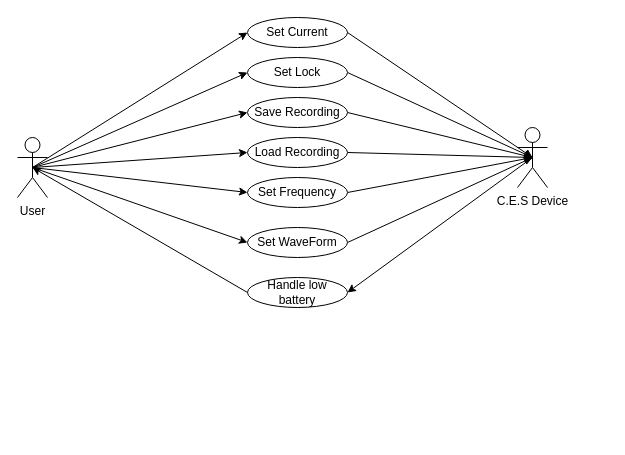
Earlier version of the draw.io diagram Documentation/use-case-diagram.drawio (willwright1213/CESSimulator). Source tidied: cells renumbered, new cells numbered last; positions are measured from the earlier drawing's top-left corner, leaving out a move shared by most shapes. Both pictures are drawn from the tidied source at 100%, with x=0, y=0 at pixel (17, 17).
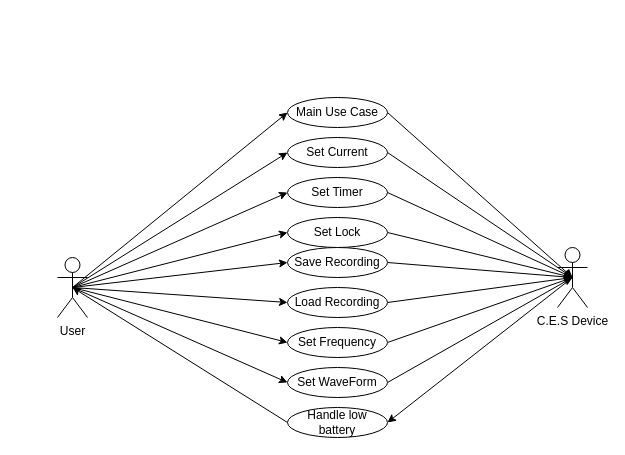
After the change.

What changed in the source:
```diff
@@
     <mxCell id="2" value="Set Current" style="ellipse;whiteSpace=wrap;html=1;" parent="1" vertex="1">
-      <mxGeometry x="230" width="100" height="30" as="geometry" />
+      <mxGeometry x="270" y="120" width="100" height="30" as="geometry" />
     </mxCell>
@@
     <mxCell id="4" value="C.E.S Device" style="shape=umlActor;verticalLabelPosition=bottom;verticalAlign=top;html=1;outlineConnect=0;" parent="1" vertex="1">
-      <mxGeometry x="500" y="110" width="30" height="60" as="geometry" />
+      <mxGeometry x="540" y="230" width="30" height="60" as="geometry" />
     </mxCell>
@@
     <mxCell id="12" value="User&lt;br&gt;" style="shape=umlActor;verticalLabelPosition=bottom;verticalAlign=top;html=1;outlineConnect=0;" parent="1" vertex="1">
-      <mxGeometry y="120" width="30" height="60" as="geometry" />
+      <mxGeometry x="40" y="240" width="30" height="60" as="geometry" />
     </mxCell>
@@
     <mxCell id="14" value="Set Lock" style="ellipse;whiteSpace=wrap;html=1;" parent="1" vertex="1">
-      <mxGeometry x="230" y="40" width="100" height="30" as="geometry" />
+      <mxGeometry x="270" y="200" width="100" height="30" as="geometry" />
     </mxCell>
@@
     <mxCell id="16" value="Save Recording" style="ellipse;whiteSpace=wrap;html=1;" parent="1" vertex="1">
-      <mxGeometry x="230" y="80" width="100" height="30" as="geometry" />
+      <mxGeometry x="270" y="230" width="100" height="30" as="geometry" />
     </mxCell>
@@
     <mxCell id="18" value="Load Recording" style="ellipse;whiteSpace=wrap;html=1;" parent="1" vertex="1">
-      <mxGeometry x="230" y="120" width="100" height="30" as="geometry" />
+      <mxGeometry x="270" y="270" width="100" height="30" as="geometry" />
     </mxCell>
@@
     <mxCell id="20" value="Set Frequency" style="ellipse;whiteSpace=wrap;html=1;" parent="1" vertex="1">
-      <mxGeometry x="230" y="160" width="100" height="30" as="geometry" />
+      <mxGeometry x="270" y="310" width="100" height="30" as="geometry" />
     </mxCell>
@@
     <mxCell id="22" value="Set WaveForm" style="ellipse;whiteSpace=wrap;html=1;" parent="1" vertex="1">
-      <mxGeometry x="230" y="210" width="100" height="30" as="geometry" />
+      <mxGeometry x="270" y="350" width="100" height="30" as="geometry" />
     </mxCell>
@@
     <mxCell id="24" value="Handle low battery" style="ellipse;whiteSpace=wrap;html=1;" parent="1" vertex="1">
-      <mxGeometry x="230" y="260" width="100" height="30" as="geometry" />
+      <mxGeometry x="270" y="390" width="100" height="30" as="geometry" />
     </mxCell>
+    <mxCell id="25" value="Set Timer" style="ellipse;whiteSpace=wrap;html=1;" parent="1" vertex="1">
+      <mxGeometry x="270" y="160" width="100" height="30" as="geometry" />
+    </mxCell>
+    <mxCell id="26" style="edgeStyle=none;rounded=0;jettySize=auto;html=1;exitX=0.5;exitY=0.5;exitDx=0;exitDy=0;exitPerimeter=0;entryX=0;entryY=0.5;entryDx=0;entryDy=0;" parent="1" edge="1" target="25">
+      <mxGeometry relative="1" as="geometry">
+        <mxPoint x="55" y="270" as="sourcePoint" />
+      </mxGeometry>
+    </mxCell>
+    <mxCell id="27" style="edgeStyle=none;rounded=0;jettySize=auto;html=1;exitX=1;exitY=0.5;exitDx=0;exitDy=0;entryX=0.5;entryY=0.5;entryDx=0;entryDy=0;entryPerimeter=0;" parent="1" edge="1" source="25">
+      <mxGeometry relative="1" as="geometry">
+        <mxPoint x="555" y="260" as="targetPoint" />
+      </mxGeometry>
+    </mxCell>
+    <mxCell id="28" value="Main Use Case" style="ellipse;whiteSpace=wrap;html=1;" parent="1" vertex="1">
+      <mxGeometry x="270" y="80" width="100" height="30" as="geometry" />
+    </mxCell>
+    <mxCell id="29" style="edgeStyle=none;rounded=0;jettySize=auto;html=1;exitX=0.5;exitY=0.5;exitDx=0;exitDy=0;exitPerimeter=0;entryX=0;entryY=0.5;entryDx=0;entryDy=0;" parent="1" edge="1" target="28">
+      <mxGeometry relative="1" as="geometry">
+        <mxPoint x="55" y="270" as="sourcePoint" />
+      </mxGeometry>
+    </mxCell>
+    <mxCell id="30" style="rounded=0;jettySize=auto;html=1;entryX=0.5;entryY=0.5;entryDx=0;entryDy=0;entryPerimeter=0;exitX=1;exitY=0.5;exitDx=0;exitDy=0;" parent="1" edge="1" source="28">
+      <mxGeometry relative="1" as="geometry">
+        <mxPoint x="555" y="260" as="targetPoint" />
+      </mxGeometry>
+    </mxCell>
```
